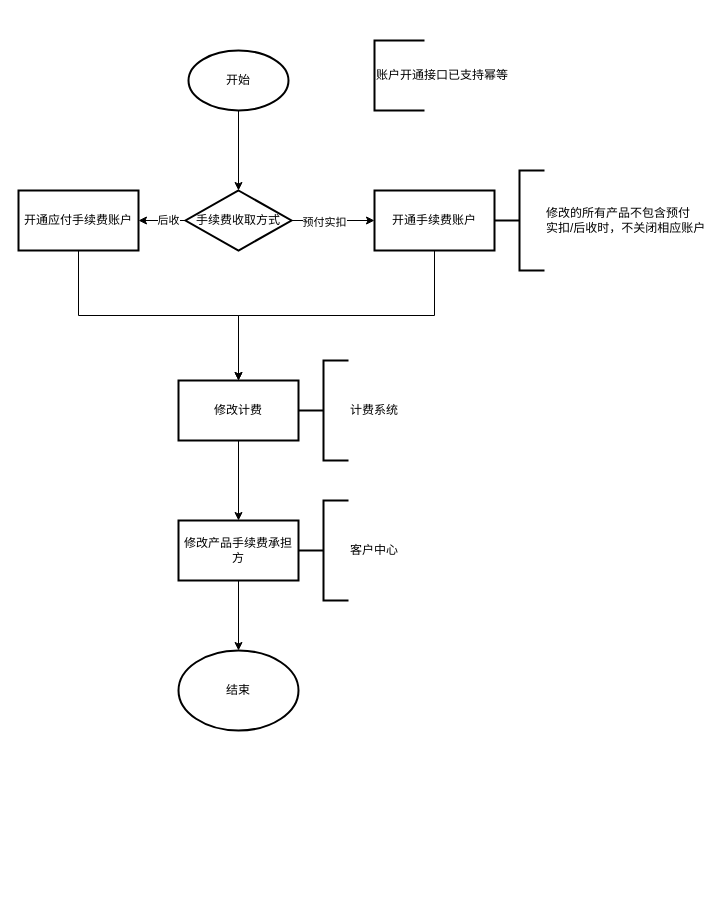
The draw.io diagram page "费率修改" (2 of 3) of Untitled Diagram.drawio in fengyong7723131/work, before the edit. Source tidied: cells renumbered, new cells numbered last; positions are measured from the earlier drawing's top-left corner, leaving out a move shared by most shapes. Both pictures are drawn from the tidied source at 100%, with x=0, y=0 at pixel (18, 40).
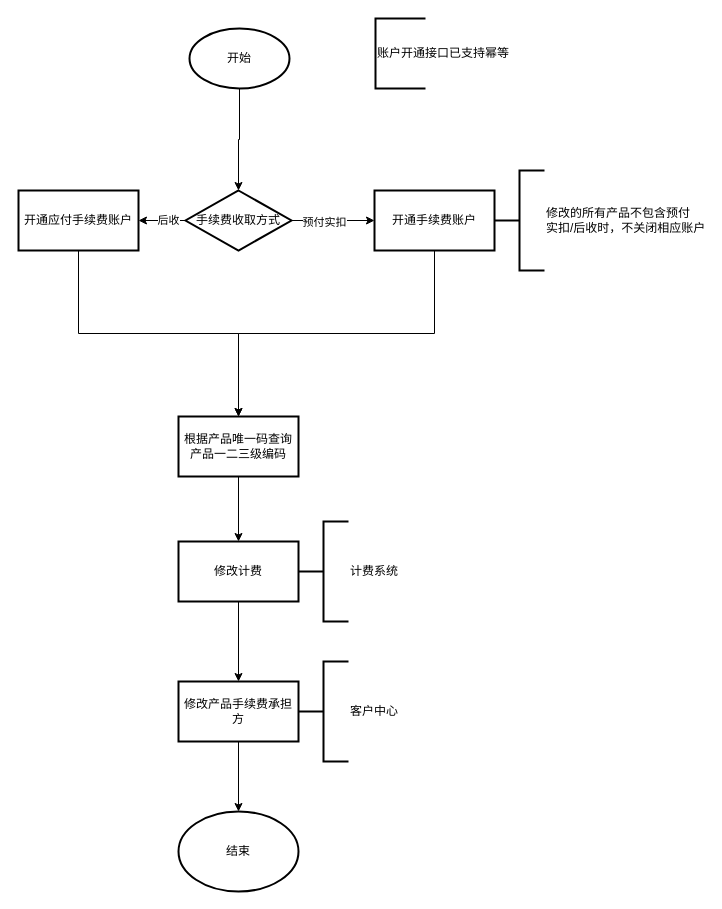
Above is the later version.

The change refers to these unchanged cells:
```xml
<mxCell id="17" value="开通手续费账户" style="whiteSpace=wrap;html=1;strokeWidth=2;" parent="1" vertex="1">
  <mxGeometry x="356" y="150" width="120" height="60" as="geometry" />
</mxCell>
<mxCell id="19" value="开通应付手续费账户" style="whiteSpace=wrap;html=1;strokeWidth=2;" parent="1" vertex="1">
  <mxGeometry y="150" width="120" height="60" as="geometry" />
</mxCell>
```

Change to the diagram source:
```diff
@@
     <mxCell id="3" value="开始" style="strokeWidth=2;html=1;shape=mxgraph.flowchart.start_1;whiteSpace=wrap;" parent="1" vertex="1">
-      <mxGeometry x="170" y="10" width="100" height="60" as="geometry" />
+      <mxGeometry x="171" y="-12" width="100" height="60" as="geometry" />
     </mxCell>
@@
     <mxCell id="5" value="修改计费" style="whiteSpace=wrap;html=1;strokeWidth=2;" parent="1" vertex="1">
-      <mxGeometry x="160" y="340" width="120" height="60" as="geometry" />
+      <mxGeometry x="160" y="501" width="120" height="60" as="geometry" />
     </mxCell>
     <mxCell id="6" value="计费系统" style="strokeWidth=2;html=1;shape=mxgraph.flowchart.annotation_2;align=left;labelPosition=right;" parent="1" vertex="1">
-      <mxGeometry x="280" y="320" width="50" height="100" as="geometry" />
+      <mxGeometry x="280" y="481" width="50" height="100" as="geometry" />
     </mxCell>
@@
     <mxCell id="8" value="修改产品手续费承担方" style="whiteSpace=wrap;html=1;strokeWidth=2;" parent="1" vertex="1">
-      <mxGeometry x="160" y="480" width="120" height="60" as="geometry" />
+      <mxGeometry x="160" y="641" width="120" height="60" as="geometry" />
     </mxCell>
     <mxCell id="9" value="客户中心" style="strokeWidth=2;html=1;shape=mxgraph.flowchart.annotation_2;align=left;labelPosition=right;" parent="1" vertex="1">
-      <mxGeometry x="280" y="460" width="50" height="100" as="geometry" />
+      <mxGeometry x="280" y="621" width="50" height="100" as="geometry" />
     </mxCell>
     <mxCell id="10" value="结束" style="ellipse;whiteSpace=wrap;html=1;strokeWidth=2;" parent="1" vertex="1">
-      <mxGeometry x="160" y="610" width="120" height="80" as="geometry" />
+      <mxGeometry x="160" y="771" width="120" height="80" as="geometry" />
     </mxCell>
@@
-    <mxCell id="16" style="edgeStyle=orthogonalEdgeStyle;rounded=0;jettySize=auto;html=1;exitX=0.5;exitY=1;exitDx=0;exitDy=0;entryX=0.5;entryY=0;entryDx=0;entryDy=0;" parent="1" edge="1" source="17" target="5">
-      <mxGeometry relative="1" as="geometry" />
-    </mxCell>
+    <mxCell id="22" style="edgeStyle=orthogonalEdgeStyle;rounded=0;jettySize=auto;html=1;exitX=0.5;exitY=1;exitDx=0;exitDy=0;entryX=0.5;entryY=0;entryDx=0;entryDy=0;" parent="1" edge="1" source="17" target="24">
+      <mxGeometry relative="1" as="geometry" />
+    </mxCell>
@@
-    <mxCell id="18" style="edgeStyle=orthogonalEdgeStyle;rounded=0;jettySize=auto;html=1;exitX=0.5;exitY=1;exitDx=0;exitDy=0;" parent="1" edge="1" source="19" target="5">
+    <mxCell id="18" style="edgeStyle=orthogonalEdgeStyle;rounded=0;jettySize=auto;html=1;exitX=0.5;exitY=1;exitDx=0;exitDy=0;entryX=0.5;entryY=0;entryDx=0;entryDy=0;" parent="1" edge="1" source="19" target="24">
       <mxGeometry relative="1" as="geometry" />
     </mxCell>
@@
     <mxCell id="21" value="账户开通接口已支持幂等" style="strokeWidth=2;html=1;shape=mxgraph.flowchart.annotation_1;align=left;" parent="1" vertex="1">
-      <mxGeometry x="356" width="50" height="70" as="geometry" />
+      <mxGeometry x="357" y="-22" width="50" height="70" as="geometry" />
     </mxCell>
+    <mxCell id="23" style="edgeStyle=orthogonalEdgeStyle;rounded=0;jettySize=auto;html=1;" parent="1" edge="1" source="24" target="5">
+      <mxGeometry relative="1" as="geometry" />
+    </mxCell>
+    <mxCell id="24" value="根据产品唯一码查询产品一二三级编码" style="whiteSpace=wrap;html=1;strokeWidth=2;" parent="1" vertex="1">
+      <mxGeometry x="160" y="376" width="120" height="60" as="geometry" />
+    </mxCell>
```
